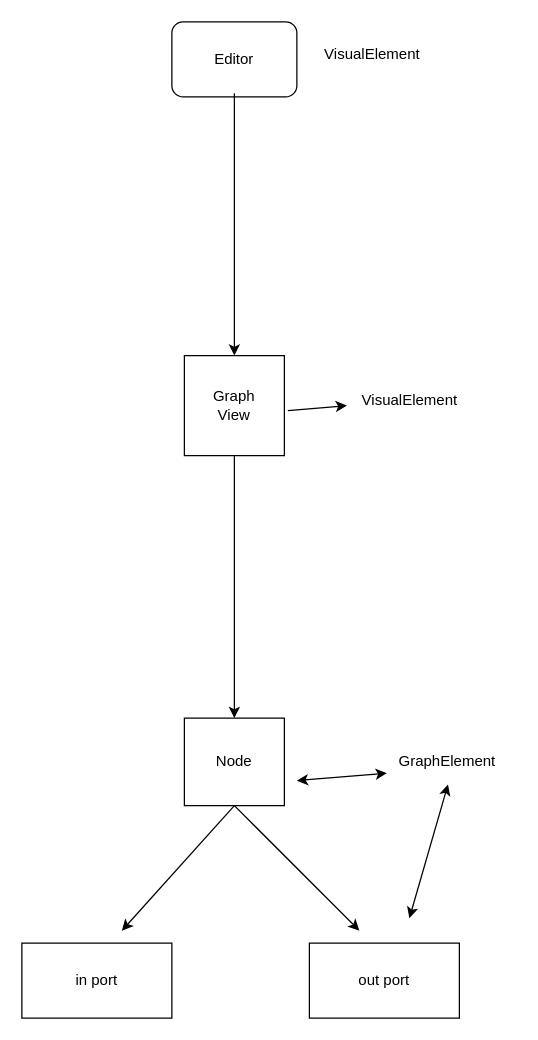
Before: UIToolkit/GraphVew可视化节点.drawio in xzp3094997376/DrawIO, a draw.io diagram. Source tidied: cells renumbered, new cells numbered last; positions are measured from the earlier drawing's top-left corner, leaving out a move shared by most shapes. Both pictures are drawn from the tidied source at 125%, with x=0, y=0 at pixel (21, 21).
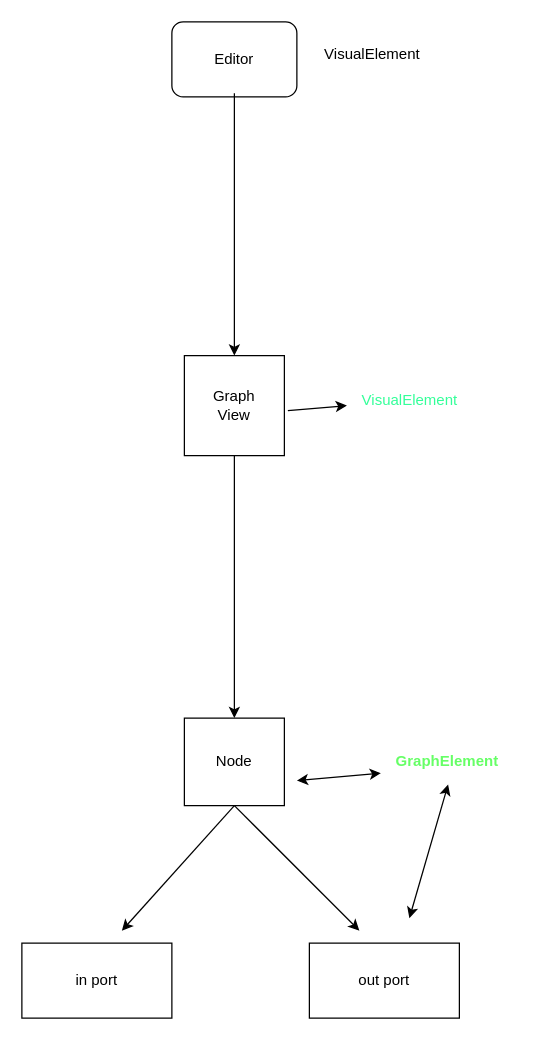
After the change.

Commit message:
更新GraphVew可视化节点.drawio

Diff of the diagram source:
```diff
@@
-    <mxCell id="8" value="GraphElement" style="text;html=1;align=center;verticalAlign=middle;points=[];strokeColor=none;fillColor=none;" parent="1" vertex="1">
-      <mxGeometry x="290" y="577" width="100" height="30" as="geometry" />
+    <mxCell id="8" value="&lt;b&gt;&lt;font style=&quot;--darkreader-inline-color: #8cff7b;&quot; color=&quot;#66ff66&quot;&gt;GraphElement&lt;/font&gt;&lt;/b&gt;" style="text;html=1;align=center;verticalAlign=middle;points=[];strokeColor=none;fillColor=none;" parent="1" vertex="1">
+      <mxGeometry x="285" y="577" width="110" height="30" as="geometry" />
     </mxCell>
-    <mxCell id="9" value="VisualElement&lt;div&gt;&lt;br&gt;&lt;/div&gt;" style="text;html=1;align=center;verticalAlign=bottom;strokeColor=none;fillColor=none;" parent="1" vertex="1">
+    <mxCell id="9" value="&lt;font style=&quot;--darkreader-inline-color: #6effab;&quot; color=&quot;#33ff99&quot;&gt;VisualElement&lt;/font&gt;&lt;div&gt;&lt;br&gt;&lt;/div&gt;" style="text;html=1;align=center;verticalAlign=bottom;strokeColor=none;fillColor=none;" parent="1" vertex="1">
       <mxGeometry x="260" y="287" width="100" height="40" as="geometry" />
     </mxCell>
```
